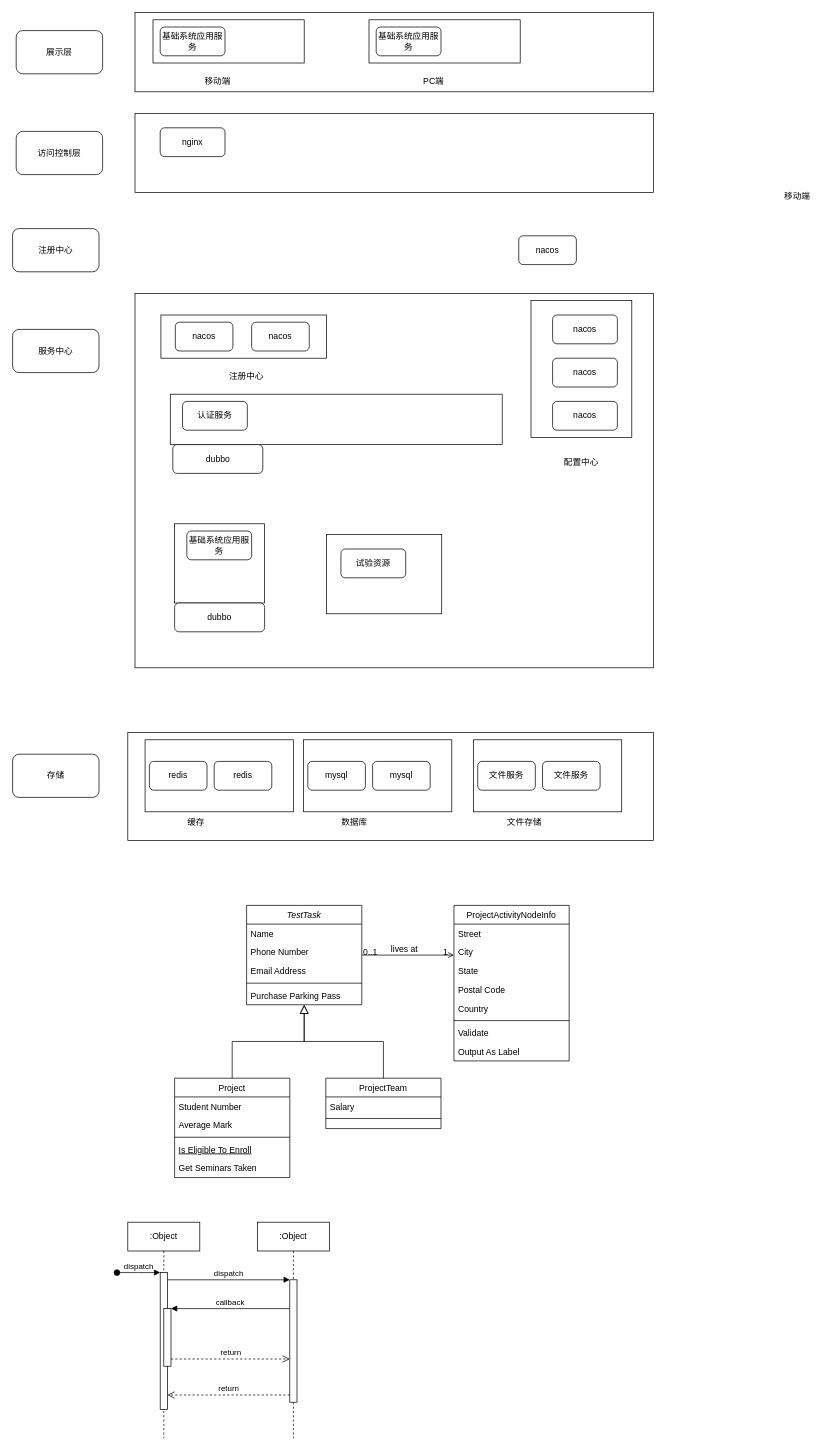
The draw.io diagram 一汽解放.drawio in Amanocino/java-tuling, before the edit. Source tidied: cells renumbered, new cells numbered last; positions are measured from the earlier drawing's top-left corner, leaving out a move shared by most shapes. Both pictures are drawn from the tidied source at 72%, with x=0, y=0 at pixel (12, 12).
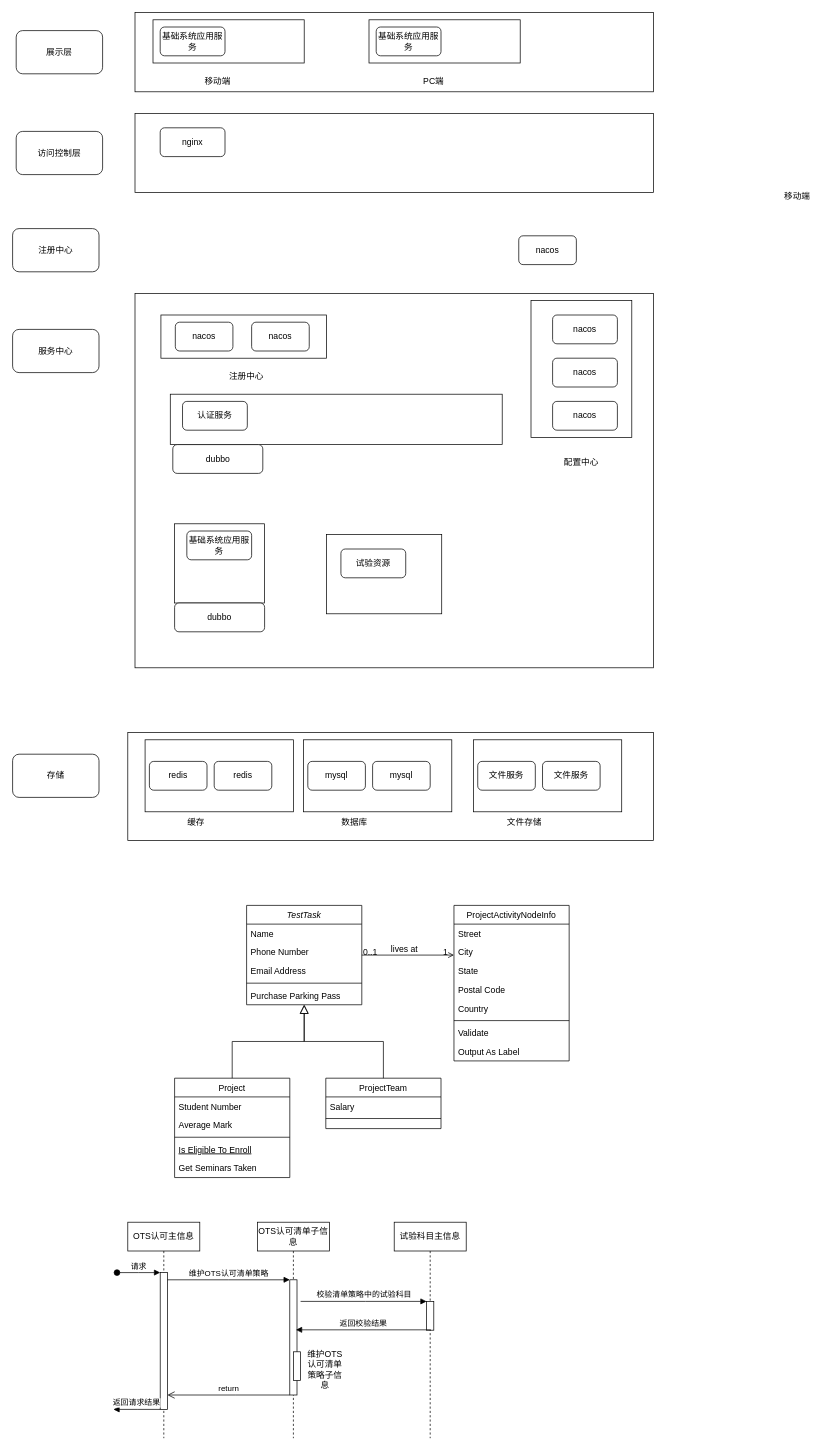
Above is the later version.

The change refers to these unchanged cells:
```xml
<mxCell id="80" style="html=1;points=[];perimeter=orthogonalPerimeter;outlineConnect=0;targetShapes=umlLifeline;portConstraint=eastwest;newEdgeStyle={&quot;edgeStyle&quot;:&quot;elbowEdgeStyle&quot;,&quot;elbow&quot;:&quot;vertical&quot;,&quot;curved&quot;:0,&quot;rounded&quot;:0};" parent="79" vertex="1">
  <mxGeometry x="45" y="70" width="10" height="190" as="geometry" />
</mxCell>
```

Change to the diagram source:
```diff
@@
-    <mxCell id="79" value=":Object" style="shape=umlLifeline;perimeter=lifelinePerimeter;whiteSpace=wrap;html=1;newEdgeStyle={&quot;edgeStyle&quot;:&quot;elbowEdgeStyle&quot;,&quot;elbow&quot;:&quot;vertical&quot;,&quot;curved&quot;:0,&quot;rounded&quot;:0};" parent="1" vertex="1">
+    <mxCell id="79" value="OTS认可主信息" style="shape=umlLifeline;perimeter=lifelinePerimeter;whiteSpace=wrap;html=1;newEdgeStyle={&quot;edgeStyle&quot;:&quot;elbowEdgeStyle&quot;,&quot;elbow&quot;:&quot;vertical&quot;,&quot;curved&quot;:0,&quot;rounded&quot;:0};" parent="1" vertex="1">
       <mxGeometry x="160" y="1680" width="100" height="300" as="geometry" />
     </mxCell>
@@
-    <mxCell id="81" value="dispatch" style="html=1;verticalAlign=bottom;startArrow=oval;endArrow=block;startSize=8;edgeStyle=elbowEdgeStyle;elbow=vertical;curved=0;rounded=0;" parent="79" edge="1" target="80">
+    <mxCell id="81" value="请求" style="html=1;verticalAlign=bottom;startArrow=oval;endArrow=block;startSize=8;edgeStyle=elbowEdgeStyle;elbow=vertical;curved=0;rounded=0;" parent="79" edge="1" target="80">
       <mxGeometry relative="1" as="geometry">
         <mxPoint x="-15" y="70" as="sourcePoint" />
       </mxGeometry>
     </mxCell>
-    <mxCell id="82" style="html=1;points=[];perimeter=orthogonalPerimeter;outlineConnect=0;targetShapes=umlLifeline;portConstraint=eastwest;newEdgeStyle={&quot;edgeStyle&quot;:&quot;elbowEdgeStyle&quot;,&quot;elbow&quot;:&quot;vertical&quot;,&quot;curved&quot;:0,&quot;rounded&quot;:0};" parent="79" vertex="1">
-      <mxGeometry x="50" y="120" width="10" height="80" as="geometry" />
-    </mxCell>
-    <mxCell id="83" value=":Object" style="shape=umlLifeline;perimeter=lifelinePerimeter;whiteSpace=wrap;html=1;newEdgeStyle={&quot;edgeStyle&quot;:&quot;elbowEdgeStyle&quot;,&quot;elbow&quot;:&quot;vertical&quot;,&quot;curved&quot;:0,&quot;rounded&quot;:0};" parent="1" vertex="1">
+    <mxCell id="83" value="OTS认可清单子信息" style="shape=umlLifeline;perimeter=lifelinePerimeter;whiteSpace=wrap;html=1;newEdgeStyle={&quot;edgeStyle&quot;:&quot;elbowEdgeStyle&quot;,&quot;elbow&quot;:&quot;vertical&quot;,&quot;curved&quot;:0,&quot;rounded&quot;:0};" parent="1" vertex="1">
       <mxGeometry x="340" y="1680" width="100" height="300" as="geometry" />
     </mxCell>
     <mxCell id="84" style="html=1;points=[];perimeter=orthogonalPerimeter;outlineConnect=0;targetShapes=umlLifeline;portConstraint=eastwest;newEdgeStyle={&quot;edgeStyle&quot;:&quot;elbowEdgeStyle&quot;,&quot;elbow&quot;:&quot;vertical&quot;,&quot;curved&quot;:0,&quot;rounded&quot;:0};" parent="83" vertex="1">
-      <mxGeometry x="45" y="80" width="10" height="170" as="geometry" />
+      <mxGeometry x="45" y="80" width="10" height="160" as="geometry" />
     </mxCell>
+    <mxCell id="82" style="html=1;points=[];perimeter=orthogonalPerimeter;outlineConnect=0;targetShapes=umlLifeline;portConstraint=eastwest;newEdgeStyle={&quot;edgeStyle&quot;:&quot;elbowEdgeStyle&quot;,&quot;elbow&quot;:&quot;vertical&quot;,&quot;curved&quot;:0,&quot;rounded&quot;:0};" parent="83" vertex="1">
+      <mxGeometry x="50" y="180" width="10" height="40" as="geometry" />
+    </mxCell>
-    <mxCell id="85" value="dispatch" style="html=1;verticalAlign=bottom;endArrow=block;edgeStyle=elbowEdgeStyle;elbow=vertical;curved=0;rounded=0;" parent="1" edge="1" source="80" target="84">
+    <mxCell id="85" value="维护OTS认可清单策略" style="html=1;verticalAlign=bottom;endArrow=block;edgeStyle=elbowEdgeStyle;elbow=vertical;curved=0;rounded=0;" parent="1" edge="1" source="80" target="84">
       <mxGeometry relative="1" as="geometry">
         <Array as="points">
           <mxPoint x="300" y="1760" />
         </Array>
       </mxGeometry>
     </mxCell>
-    <mxCell id="86" value="return" style="html=1;verticalAlign=bottom;endArrow=open;dashed=1;endSize=8;edgeStyle=elbowEdgeStyle;elbow=vertical;curved=0;rounded=0;" parent="1" edge="1" source="84" target="80">
+    <mxCell id="86" value="return" style="html=1;verticalAlign=bottom;endArrow=open;endSize=8;edgeStyle=elbowEdgeStyle;elbow=vertical;curved=0;rounded=0;" parent="1" edge="1" source="84" target="80">
       <mxGeometry relative="1" as="geometry">
         <Array as="points">
           <mxPoint x="310" y="1920" />
         </Array>
       </mxGeometry>
     </mxCell>
-    <mxCell id="87" value="callback" style="html=1;verticalAlign=bottom;endArrow=block;edgeStyle=elbowEdgeStyle;elbow=vertical;curved=0;rounded=0;" parent="1" edge="1" source="84" target="82">
-      <mxGeometry relative="1" as="geometry">
-        <Array as="points">
-          <mxPoint x="310" y="1800" />
-        </Array>
-      </mxGeometry>
-    </mxCell>
-    <mxCell id="88" value="return" style="html=1;verticalAlign=bottom;endArrow=open;dashed=1;endSize=8;edgeStyle=elbowEdgeStyle;elbow=vertical;curved=0;rounded=0;" parent="1" edge="1" source="82" target="84">
-      <mxGeometry relative="1" as="geometry">
-        <Array as="points">
-          <mxPoint x="300" y="1870" />
-        </Array>
-      </mxGeometry>
-    </mxCell>
+    <mxCell id="89" value="试验科目主信息" style="shape=umlLifeline;perimeter=lifelinePerimeter;whiteSpace=wrap;html=1;newEdgeStyle={&quot;edgeStyle&quot;:&quot;elbowEdgeStyle&quot;,&quot;elbow&quot;:&quot;vertical&quot;,&quot;curved&quot;:0,&quot;rounded&quot;:0};" parent="1" vertex="1">
+      <mxGeometry x="530" y="1680" width="100" height="300" as="geometry" />
+    </mxCell>
+    <mxCell id="90" style="html=1;perimeter=orthogonalPerimeter;targetShapes=umlLifeline;newEdgeStyle={&quot;edgeStyle&quot;:&quot;elbowEdgeStyle&quot;,&quot;elbow&quot;:&quot;vertical&quot;,&quot;curved&quot;:0,&quot;rounded&quot;:0};" parent="89" vertex="1">
+      <mxGeometry x="45" y="110" width="10" height="40" as="geometry" />
+    </mxCell>
+    <mxCell id="91" value="校验清单策略中的试验科目" style="html=1;verticalAlign=bottom;endArrow=block;edgeStyle=elbowEdgeStyle;elbow=vertical;curved=0;rounded=0;" parent="1" edge="1">
+      <mxGeometry relative="1" as="geometry">
+        <mxPoint x="400" y="1790" as="sourcePoint" />
+        <mxPoint x="575" y="1790" as="targetPoint" />
+        <Array as="points">
+          <mxPoint x="490" y="1790" />
+        </Array>
+      </mxGeometry>
+    </mxCell>
+    <mxCell id="92" value="返回校验结果" style="html=1;verticalAlign=bottom;endArrow=block;edgeStyle=elbowEdgeStyle;elbow=vertical;curved=0;rounded=0;" parent="1" edge="1">
+      <mxGeometry relative="1" as="geometry">
+        <mxPoint x="581" y="1829.5" as="sourcePoint" />
+        <mxPoint x="393.5" y="1829.5" as="targetPoint" />
+        <Array as="points">
+          <mxPoint x="506" y="1829.5" />
+        </Array>
+      </mxGeometry>
+    </mxCell>
+    <mxCell id="93" value="维护OTS认可清单策略子信息" style="text;strokeColor=none;align=center;fillColor=none;html=1;verticalAlign=middle;whiteSpace=wrap;rounded=0;" parent="1" vertex="1">
+      <mxGeometry x="404" y="1870" width="60" height="30" as="geometry" />
+    </mxCell>
+    <mxCell id="94" value="返回请求结果" style="html=1;verticalAlign=bottom;endArrow=block;edgeStyle=elbowEdgeStyle;elbow=horizontal;curved=0;rounded=0;endFill=1;" parent="1" edge="1">
+      <mxGeometry relative="1" as="geometry">
+        <mxPoint x="205" y="1940" as="sourcePoint" />
+        <mxPoint x="140" y="1940" as="targetPoint" />
+      </mxGeometry>
+    </mxCell>
```
